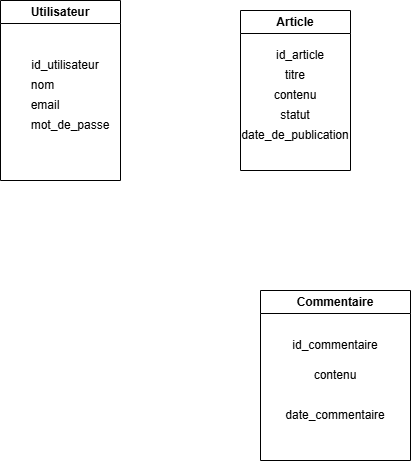
Guilyane/DWWM-blog keeps this draw.io diagram as MCD.png. Above is the earlier version. Source tidied: cells renumbered, new cells last; positions are measured from the earlier drawing's top-left corner, leaving out a move shared by most shapes.
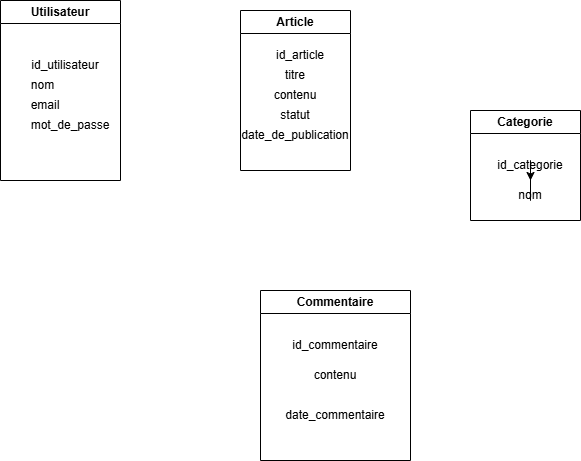
Later version of the same file.

What changed in the source:
```diff
@@ -47,5 +47,17 @@
     <mxCell id="16" value="id_commentaire" style="text;html=1;whiteSpace=wrap;strokeColor=none;fillColor=none;align=center;verticalAlign=middle;rounded=0;" parent="13" vertex="1">
       <mxGeometry x="45" y="40" width="60" height="30" as="geometry" />
     </mxCell>
+    <mxCell id="17" value="Categorie" style="swimlane;whiteSpace=wrap;html=1;" parent="1" vertex="1">
+      <mxGeometry x="470" y="110" width="110" height="110" as="geometry" />
+    </mxCell>
+    <mxCell id="18" value="nom" style="text;html=1;whiteSpace=wrap;strokeColor=none;fillColor=none;align=center;verticalAlign=middle;rounded=0;" parent="17" vertex="1">
+      <mxGeometry x="30" y="70" width="60" height="30" as="geometry" />
+    </mxCell>
+    <mxCell id="19" value="id_categorie" style="text;html=1;whiteSpace=wrap;strokeColor=none;fillColor=none;align=center;verticalAlign=middle;rounded=0;" parent="17" vertex="1">
+      <mxGeometry x="30" y="40" width="60" height="30" as="geometry" />
+    </mxCell>
+    <mxCell id="20" style="edgeStyle=orthogonalEdgeStyle;rounded=0;jettySize=auto;html=1;" parent="17" edge="1" source="19" target="18">
+      <mxGeometry relative="1" as="geometry" />
+    </mxCell>
   </root>
 </mxGraphModel>
```
